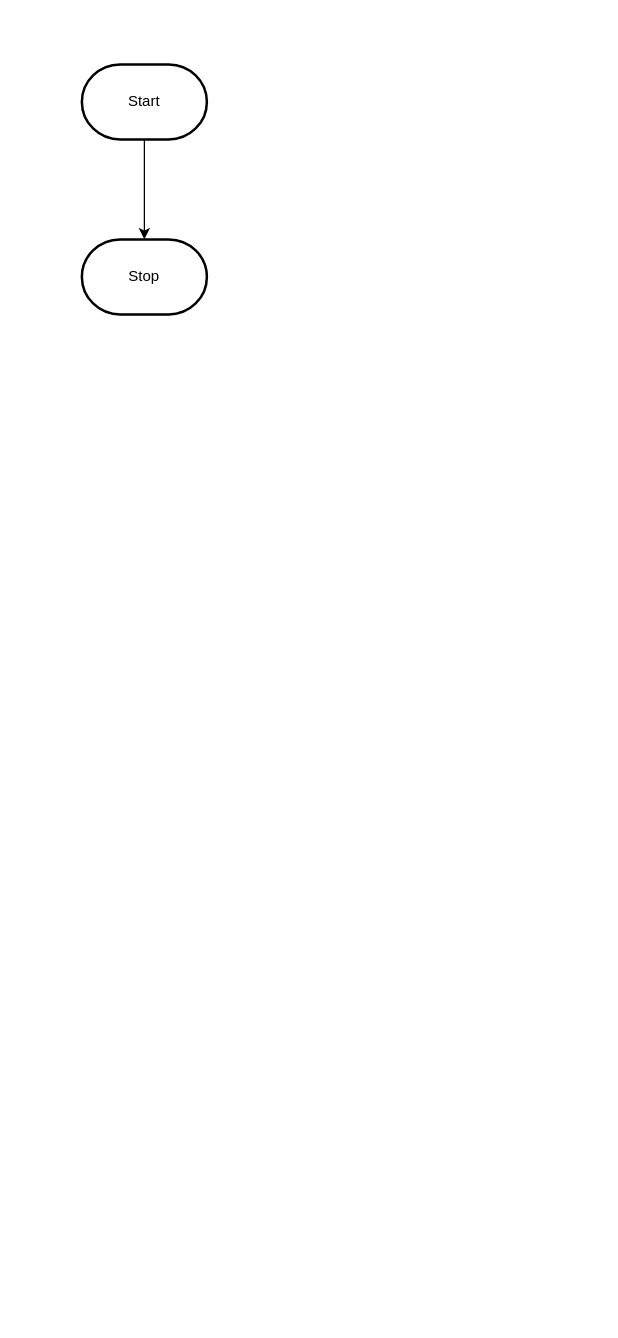
Before: design/flowchart.drawio in MTHS-TEJ2O-1-2023/TEJ2O-Unit-2-16-Liya-Getachew, a draw.io diagram. Source tidied: cells renumbered, new cells numbered last; positions are measured from the earlier drawing's top-left corner, leaving out a move shared by most shapes. Both pictures are drawn from the tidied source at 125%, with x=0, y=0 at pixel (81, 64).
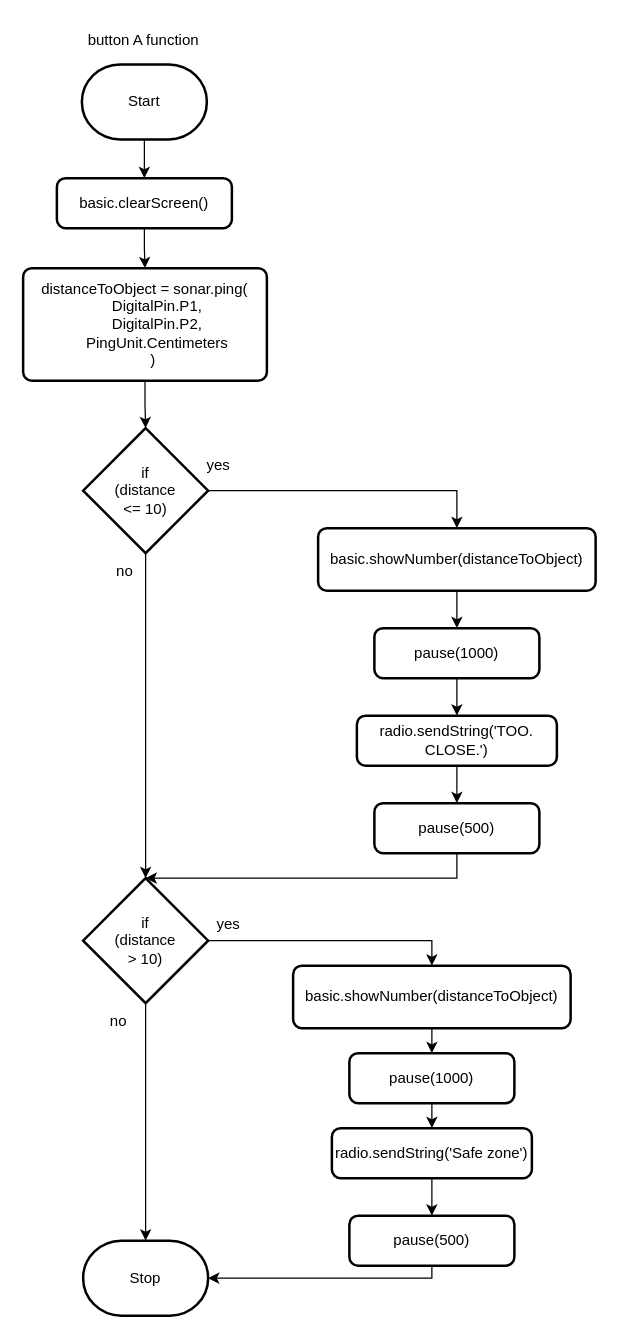
The same page after the edit.

Unchanged cells that the change refers to:
```xml
<mxCell id="3" value="Start" style="strokeWidth=2;html=1;shape=mxgraph.flowchart.terminator;whiteSpace=wrap;" parent="1" vertex="1">
  <mxGeometry width="100" height="60" as="geometry" />
</mxCell>
```

The edit, as a diff of the source:
```diff
@@
-    <mxCell id="2" style="edgeStyle=orthogonalEdgeStyle;html=1;rounded=0;" parent="1" edge="1" source="3" target="4">
-      <mxGeometry relative="1" as="geometry" />
-    </mxCell>
+    <mxCell id="5" style="edgeStyle=none;html=1;" parent="1" edge="1" source="3" target="8">
+      <mxGeometry relative="1" as="geometry" />
+    </mxCell>
@@
     <mxCell id="4" value="Stop" style="strokeWidth=2;html=1;shape=mxgraph.flowchart.terminator;whiteSpace=wrap;" parent="1" vertex="1">
-      <mxGeometry y="140" width="100" height="60" as="geometry" />
+      <mxGeometry x="1" y="941" width="100" height="60" as="geometry" />
     </mxCell>
+    <mxCell id="6" value="button A function" style="text;html=1;align=center;verticalAlign=middle;strokeColor=none;fillColor=none;" parent="1" vertex="1">
+      <mxGeometry x="-6" y="-34" width="110" height="30" as="geometry" />
+    </mxCell>
+    <mxCell id="7" style="edgeStyle=orthogonalEdgeStyle;html=1;rounded=0;" parent="1" edge="1" source="8" target="10">
+      <mxGeometry relative="1" as="geometry" />
+    </mxCell>
+    <mxCell id="8" value="basic.clearScreen()" style="rounded=1;whiteSpace=wrap;html=1;absoluteArcSize=1;arcSize=14;strokeWidth=2;" parent="1" vertex="1">
+      <mxGeometry x="-20" y="91" width="140" height="40" as="geometry" />
+    </mxCell>
+    <mxCell id="9" style="edgeStyle=orthogonalEdgeStyle;rounded=0;html=1;" parent="1" edge="1" source="10" target="15">
+      <mxGeometry relative="1" as="geometry" />
+    </mxCell>
+    <mxCell id="10" value="&lt;div&gt;&lt;span style=&quot;font-size: 12px;&quot;&gt;distanceToObject = sonar.ping(&lt;/span&gt;&lt;/div&gt;&lt;div&gt;&lt;span style=&quot;font-size: 12px;&quot;&gt;&amp;nbsp; &amp;nbsp; &amp;nbsp; DigitalPin.P1,&lt;/span&gt;&lt;/div&gt;&lt;div&gt;&lt;span style=&quot;font-size: 12px;&quot;&gt;&amp;nbsp; &amp;nbsp; &amp;nbsp; DigitalPin.P2,&lt;/span&gt;&lt;/div&gt;&lt;div&gt;&lt;span style=&quot;font-size: 12px;&quot;&gt;&amp;nbsp; &amp;nbsp; &amp;nbsp; PingUnit.Centimeters&lt;/span&gt;&lt;/div&gt;&lt;div&gt;&lt;span style=&quot;font-size: 12px;&quot;&gt;&amp;nbsp; &amp;nbsp; )&lt;/span&gt;&lt;/div&gt;" style="rounded=1;whiteSpace=wrap;html=1;absoluteArcSize=1;arcSize=14;strokeWidth=2;" parent="1" vertex="1">
+      <mxGeometry x="-47" y="163" width="195" height="90" as="geometry" />
+    </mxCell>
+    <mxCell id="11" style="edgeStyle=orthogonalEdgeStyle;rounded=0;html=1;" parent="1" edge="1" source="12" target="17">
+      <mxGeometry relative="1" as="geometry" />
+    </mxCell>
+    <mxCell id="12" value="&lt;span style=&quot;font-size: 12px;&quot;&gt;basic.showNumber(distanceToObject)&lt;/span&gt;" style="rounded=1;whiteSpace=wrap;html=1;absoluteArcSize=1;arcSize=14;strokeWidth=2;" parent="1" vertex="1">
+      <mxGeometry x="189" y="371" width="222" height="50" as="geometry" />
+    </mxCell>
+    <mxCell id="13" style="edgeStyle=orthogonalEdgeStyle;rounded=0;html=1;entryX=0.5;entryY=0;entryDx=0;entryDy=0;" parent="1" edge="1" source="15" target="12">
+      <mxGeometry relative="1" as="geometry" />
+    </mxCell>
+    <mxCell id="14" style="edgeStyle=orthogonalEdgeStyle;rounded=0;html=1;entryX=0.5;entryY=0;entryDx=0;entryDy=0;entryPerimeter=0;" parent="1" edge="1" source="15" target="20">
+      <mxGeometry relative="1" as="geometry" />
+    </mxCell>
+    <mxCell id="15" value="if&lt;br&gt;(distance &lt;br&gt;&amp;lt;= 10)" style="strokeWidth=2;html=1;shape=mxgraph.flowchart.decision;whiteSpace=wrap;" parent="1" vertex="1">
+      <mxGeometry x="1" y="291" width="100" height="100" as="geometry" />
+    </mxCell>
+    <mxCell id="16" style="edgeStyle=orthogonalEdgeStyle;rounded=0;html=1;" parent="1" edge="1" source="17" target="22">
+      <mxGeometry relative="1" as="geometry" />
+    </mxCell>
+    <mxCell id="17" value="&lt;span style=&quot;font-size: 12px;&quot;&gt;pause(1000)&lt;/span&gt;" style="rounded=1;whiteSpace=wrap;html=1;absoluteArcSize=1;arcSize=14;strokeWidth=2;" parent="1" vertex="1">
+      <mxGeometry x="234" y="451" width="132" height="40" as="geometry" />
+    </mxCell>
+    <mxCell id="18" style="edgeStyle=orthogonalEdgeStyle;rounded=0;html=1;entryX=0.5;entryY=0;entryDx=0;entryDy=0;entryPerimeter=0;" parent="1" edge="1" source="20" target="4">
+      <mxGeometry relative="1" as="geometry" />
+    </mxCell>
+    <mxCell id="19" style="edgeStyle=orthogonalEdgeStyle;rounded=0;html=1;entryX=0.5;entryY=0;entryDx=0;entryDy=0;" parent="1" edge="1" source="20" target="26">
+      <mxGeometry relative="1" as="geometry" />
+    </mxCell>
+    <mxCell id="20" value="if&lt;br&gt;(distance &lt;br&gt;&amp;gt; 10)" style="strokeWidth=2;html=1;shape=mxgraph.flowchart.decision;whiteSpace=wrap;" parent="1" vertex="1">
+      <mxGeometry x="1" y="651" width="100" height="100" as="geometry" />
+    </mxCell>
+    <mxCell id="21" style="edgeStyle=orthogonalEdgeStyle;rounded=0;html=1;" parent="1" edge="1" source="22" target="24">
+      <mxGeometry relative="1" as="geometry" />
+    </mxCell>
+    <mxCell id="22" value="&lt;span style=&quot;font-size: 12px;&quot;&gt;radio.sendString('TOO. CLOSE.')&lt;/span&gt;" style="rounded=1;whiteSpace=wrap;html=1;absoluteArcSize=1;arcSize=14;strokeWidth=2;" parent="1" vertex="1">
+      <mxGeometry x="220" y="521" width="160" height="40" as="geometry" />
+    </mxCell>
+    <mxCell id="23" style="edgeStyle=orthogonalEdgeStyle;rounded=0;html=1;entryX=0.5;entryY=0;entryDx=0;entryDy=0;entryPerimeter=0;" parent="1" edge="1" source="24" target="20">
+      <mxGeometry relative="1" as="geometry">
+        <Array as="points">
+          <mxPoint x="300" y="651" />
+        </Array>
+      </mxGeometry>
+    </mxCell>
+    <mxCell id="24" value="&lt;span style=&quot;font-size: 12px;&quot;&gt;pause(500)&lt;/span&gt;" style="rounded=1;whiteSpace=wrap;html=1;absoluteArcSize=1;arcSize=14;strokeWidth=2;" parent="1" vertex="1">
+      <mxGeometry x="234" y="591" width="132" height="40" as="geometry" />
+    </mxCell>
+    <mxCell id="25" style="edgeStyle=orthogonalEdgeStyle;rounded=0;html=1;" parent="1" edge="1" source="26" target="28">
+      <mxGeometry relative="1" as="geometry" />
+    </mxCell>
+    <mxCell id="26" value="&lt;span style=&quot;font-size: 12px;&quot;&gt;basic.showNumber(distanceToObject)&lt;/span&gt;" style="rounded=1;whiteSpace=wrap;html=1;absoluteArcSize=1;arcSize=14;strokeWidth=2;" parent="1" vertex="1">
+      <mxGeometry x="169" y="721" width="222" height="50" as="geometry" />
+    </mxCell>
+    <mxCell id="27" style="edgeStyle=orthogonalEdgeStyle;rounded=0;html=1;" parent="1" edge="1" source="28" target="30">
+      <mxGeometry relative="1" as="geometry" />
+    </mxCell>
+    <mxCell id="28" value="&lt;span style=&quot;font-size: 12px;&quot;&gt;pause(1000)&lt;/span&gt;" style="rounded=1;whiteSpace=wrap;html=1;absoluteArcSize=1;arcSize=14;strokeWidth=2;" parent="1" vertex="1">
+      <mxGeometry x="214" y="791" width="132" height="40" as="geometry" />
+    </mxCell>
+    <mxCell id="29" style="edgeStyle=orthogonalEdgeStyle;rounded=0;html=1;" parent="1" edge="1" source="30" target="32">
+      <mxGeometry relative="1" as="geometry" />
+    </mxCell>
+    <mxCell id="30" value="&lt;span style=&quot;font-size: 12px;&quot;&gt;radio.sendString('Safe zone')&lt;/span&gt;" style="rounded=1;whiteSpace=wrap;html=1;absoluteArcSize=1;arcSize=14;strokeWidth=2;" parent="1" vertex="1">
+      <mxGeometry x="200" y="851" width="160" height="40" as="geometry" />
+    </mxCell>
+    <mxCell id="31" style="edgeStyle=orthogonalEdgeStyle;rounded=0;html=1;entryX=1;entryY=0.5;entryDx=0;entryDy=0;entryPerimeter=0;" parent="1" edge="1" source="32" target="4">
+      <mxGeometry relative="1" as="geometry">
+        <Array as="points">
+          <mxPoint x="280" y="971" />
+        </Array>
+      </mxGeometry>
+    </mxCell>
+    <mxCell id="32" value="&lt;span style=&quot;font-size: 12px;&quot;&gt;pause(500)&lt;/span&gt;" style="rounded=1;whiteSpace=wrap;html=1;absoluteArcSize=1;arcSize=14;strokeWidth=2;" parent="1" vertex="1">
+      <mxGeometry x="214" y="921" width="132" height="40" as="geometry" />
+    </mxCell>
+    <mxCell id="33" value="yes" style="text;html=1;align=center;verticalAlign=middle;strokeColor=none;fillColor=none;" parent="1" vertex="1">
+      <mxGeometry x="89" y="306" width="40" height="30" as="geometry" />
+    </mxCell>
+    <mxCell id="34" value="yes" style="text;html=1;align=center;verticalAlign=middle;strokeColor=none;fillColor=none;" parent="1" vertex="1">
+      <mxGeometry x="97" y="673" width="40" height="30" as="geometry" />
+    </mxCell>
+    <mxCell id="35" value="no" style="text;html=1;align=center;verticalAlign=middle;strokeColor=none;fillColor=none;" parent="1" vertex="1">
+      <mxGeometry x="9" y="751" width="40" height="30" as="geometry" />
+    </mxCell>
+    <mxCell id="36" value="no" style="text;html=1;align=center;verticalAlign=middle;strokeColor=none;fillColor=none;" parent="1" vertex="1">
+      <mxGeometry x="14" y="391" width="40" height="30" as="geometry" />
+    </mxCell>
```
